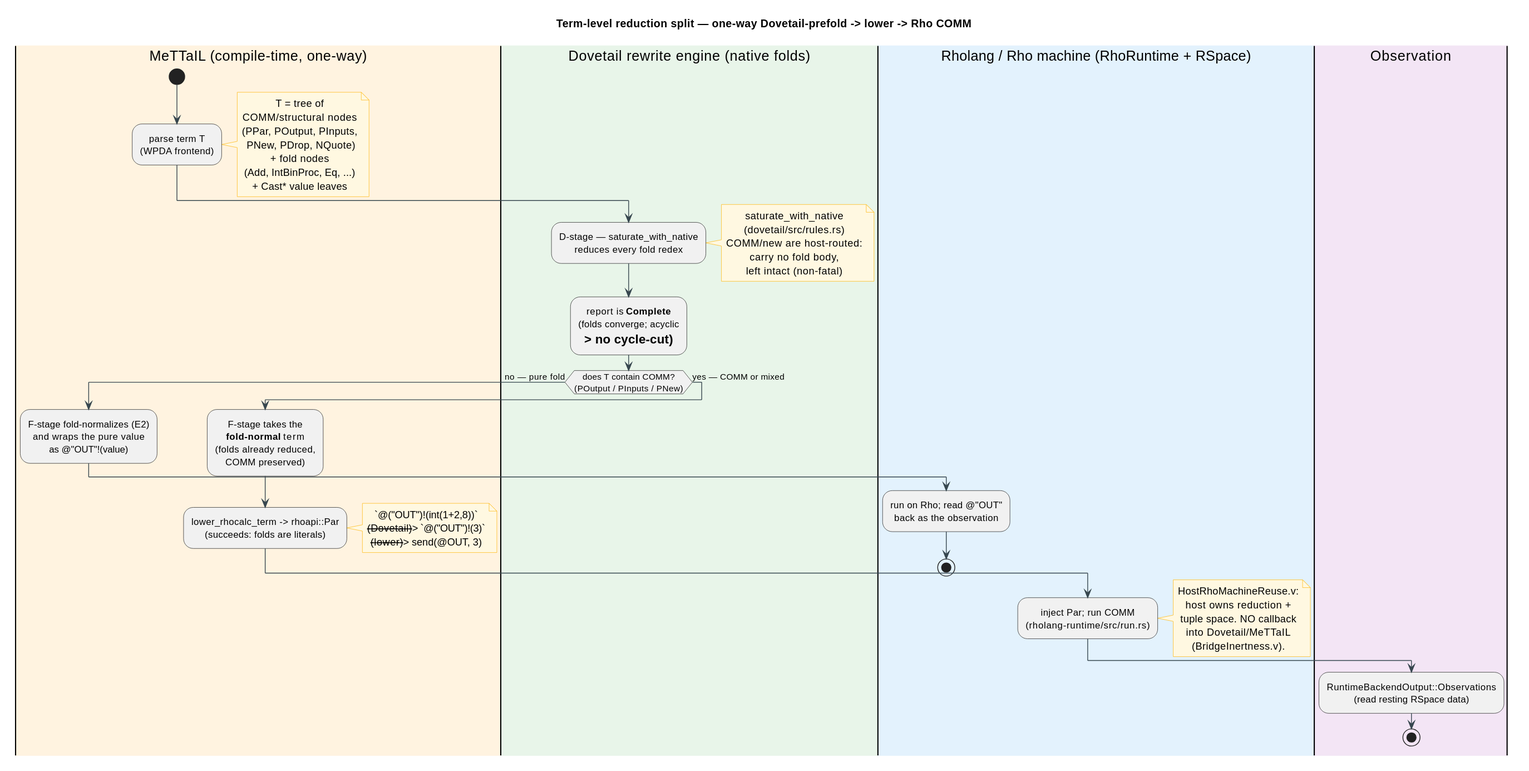
Above: docs/architecture/rho-native-integration/figures/09-term-level-reduction-split.svg in F1R3FLY-io/mettail-rust (PlantUML), before the change.
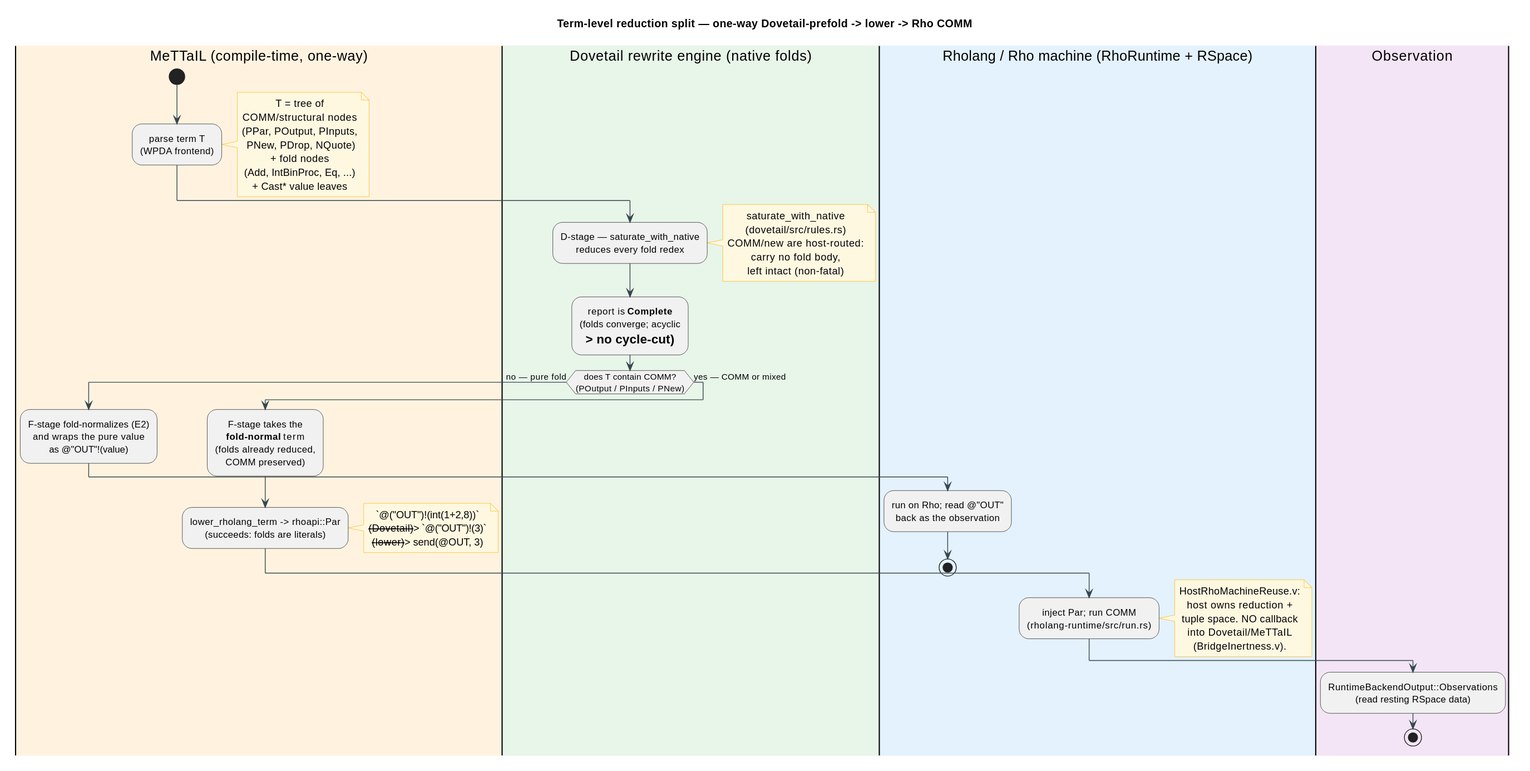
Above is the later version.

What changed in the source:
```diff
@@ -50,7 +50,7 @@
   **fold-normal** term
   (folds already reduced,
   COMM preserved);
-  :lower_rhocalc_term -> rhoapi::Par
+  :lower_rholang_term -> rhoapi::Par
   (succeeds: folds are literals);
   note right
     `@("OUT")!(int(1+2,8))`
```
